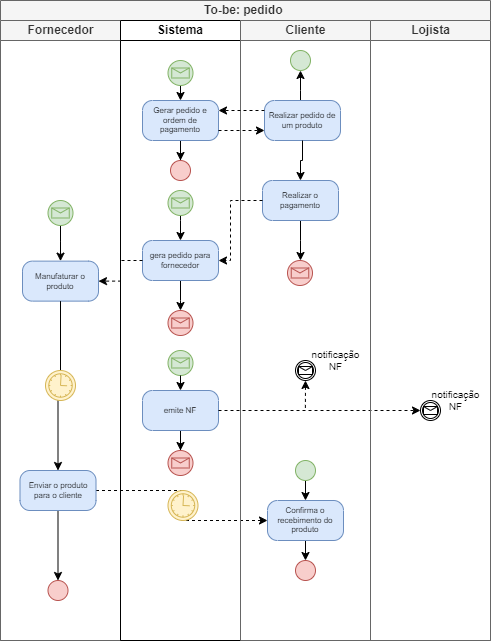
Earlier version of the draw.io export Modelos de Processos As-Is e To-Be/ModeloToBe-pedido.png (WolWolffz/ThuderBass_Stock). Source tidied: cells renumbered, new cells last; positions are measured from the earlier drawing's top-left corner, leaving out a move shared by most shapes. The source it was exported from:
```xml
<mxGraphModel>
  <root>
    <mxCell id="0" />
    <mxCell id="1" parent="0" />
    <mxCell id="2" value="To-be: pedido&amp;nbsp;" style="swimlane;html=1;startSize=20;whiteSpace=wrap;fillColor=#f5f5f5;fontColor=#333333;strokeColor=#666666;" parent="1" vertex="1">
      <mxGeometry width="490" height="640" as="geometry" />
    </mxCell>
    <mxCell id="3" style="edgeStyle=orthogonalEdgeStyle;rounded=0;jettySize=auto;html=1;entryX=0;entryY=0.5;entryDx=0;entryDy=0;entryPerimeter=0;dashed=1;" parent="2" edge="1" source="8" target="38">
      <mxGeometry relative="1" as="geometry" />
    </mxCell>
    <mxCell id="4" value="Fornecedor" style="swimlane;html=1;startSize=20;fillColor=#f5f5f5;fontColor=#333333;strokeColor=#666666;" parent="2" vertex="1">
      <mxGeometry y="20" width="120" height="620" as="geometry" />
    </mxCell>
    <mxCell id="5" style="edgeStyle=orthogonalEdgeStyle;rounded=0;jettySize=auto;html=1;entryX=0.5;entryY=1;entryDx=0;entryDy=0;startArrow=classic;startFill=1;endArrow=none;endFill=0;" parent="4" edge="1" source="6">
      <mxGeometry relative="1" as="geometry">
        <mxPoint x="60" y="200" as="targetPoint" />
      </mxGeometry>
    </mxCell>
    <mxCell id="6" value="Manufaturar o produto" style="points=[[0.25,0,0],[0.5,0,0],[0.75,0,0],[1,0.25,0],[1,0.5,0],[1,0.75,0],[0.75,1,0],[0.5,1,0],[0.25,1,0],[0,0.75,0],[0,0.5,0],[0,0.25,0]];shape=mxgraph.bpmn.task;whiteSpace=wrap;rectStyle=rounded;size=10;html=1;taskMarker=abstract;fillColor=#dae8fc;strokeColor=#6c8ebf;fontSize=8;" parent="4" vertex="1">
      <mxGeometry x="22" y="240.6" width="76" height="40" as="geometry" />
    </mxCell>
    <mxCell id="7" style="edgeStyle=orthogonalEdgeStyle;rounded=0;jettySize=auto;html=1;entryX=0.5;entryY=0;entryDx=0;entryDy=0;" parent="4" edge="1" source="8" target="10">
      <mxGeometry relative="1" as="geometry" />
    </mxCell>
    <mxCell id="8" value="Enviar o produto para o cliente" style="points=[[0.25,0,0],[0.5,0,0],[0.75,0,0],[1,0.25,0],[1,0.5,0],[1,0.75,0],[0.75,1,0],[0.5,1,0],[0.25,1,0],[0,0.75,0],[0,0.5,0],[0,0.25,0]];shape=mxgraph.bpmn.task;whiteSpace=wrap;rectStyle=rounded;size=10;html=1;taskMarker=abstract;fillColor=#dae8fc;strokeColor=#6c8ebf;fontSize=8;" parent="4" vertex="1">
      <mxGeometry x="19.5" y="450" width="76" height="40" as="geometry" />
    </mxCell>
    <mxCell id="9" style="edgeStyle=orthogonalEdgeStyle;rounded=0;jettySize=auto;html=1;entryX=0.5;entryY=0;entryDx=0;entryDy=0;entryPerimeter=0;" parent="4" edge="1" source="6" target="8">
      <mxGeometry relative="1" as="geometry" />
    </mxCell>
    <mxCell id="10" style="ellipse;whiteSpace=wrap;html=1;fillColor=#f8cecc;strokeColor=#b85450;" parent="4" vertex="1">
      <mxGeometry x="47.5" y="560" width="20" height="20" as="geometry" />
    </mxCell>
    <mxCell id="11" style="shape=mxgraph.bpmn.event;html=1;verticalLabelPosition=bottom;labelBackgroundColor=#ffffff;verticalAlign=top;align=center;perimeter=ellipsePerimeter;outline=standard;symbol=message;fillColor=#d5e8d4;strokeColor=#82b366;" parent="4" vertex="1">
      <mxGeometry x="47.5" y="180" width="25" height="25" as="geometry" />
    </mxCell>
    <mxCell id="12" style="shape=mxgraph.bpmn.event;html=1;verticalLabelPosition=bottom;labelBackgroundColor=#ffffff;verticalAlign=top;align=center;perimeter=ellipsePerimeter;outline=standard;symbol=timer;fillColor=#fff2cc;strokeColor=#d6b656;" parent="4" vertex="1">
      <mxGeometry x="45" y="350" width="30" height="30" as="geometry" />
    </mxCell>
    <mxCell id="13" value="Sistema" style="swimlane;startSize=20;whiteSpace=wrap;html=1;" parent="2" vertex="1">
      <mxGeometry x="120" y="20" width="120" height="620" as="geometry" />
    </mxCell>
    <mxCell id="14" style="edgeStyle=orthogonalEdgeStyle;rounded=0;jettySize=auto;html=1;entryX=0.5;entryY=1;entryDx=0;entryDy=0;startArrow=classic;startFill=1;endArrow=none;endFill=0;" parent="13" edge="1" source="16">
      <mxGeometry relative="1" as="geometry">
        <mxPoint x="60" y="60" as="targetPoint" />
      </mxGeometry>
    </mxCell>
    <mxCell id="15" style="edgeStyle=orthogonalEdgeStyle;rounded=0;jettySize=auto;html=1;entryX=0.5;entryY=0;entryDx=0;entryDy=0;" parent="13" edge="1" source="16" target="17">
      <mxGeometry relative="1" as="geometry" />
    </mxCell>
    <mxCell id="16" value="Gerar pedido e ordem de pagamento" style="points=[[0.25,0,0],[0.5,0,0],[0.75,0,0],[1,0.25,0],[1,0.5,0],[1,0.75,0],[0.75,1,0],[0.5,1,0],[0.25,1,0],[0,0.75,0],[0,0.5,0],[0,0.25,0]];shape=mxgraph.bpmn.task;whiteSpace=wrap;rectStyle=rounded;size=10;html=1;taskMarker=abstract;fillColor=#dae8fc;strokeColor=#6c8ebf;fontSize=8;" parent="13" vertex="1">
      <mxGeometry x="22" y="80" width="76" height="40" as="geometry" />
    </mxCell>
    <mxCell id="17" style="ellipse;whiteSpace=wrap;html=1;fillColor=#f8cecc;strokeColor=#b85450;" parent="13" vertex="1">
      <mxGeometry x="50" y="140" width="20" height="20" as="geometry" />
    </mxCell>
    <mxCell id="18" style="edgeStyle=orthogonalEdgeStyle;rounded=0;jettySize=auto;html=1;startArrow=classic;startFill=1;endArrow=none;endFill=0;" parent="13" edge="1" source="20">
      <mxGeometry relative="1" as="geometry">
        <mxPoint x="60" y="190" as="targetPoint" />
      </mxGeometry>
    </mxCell>
    <mxCell id="19" style="edgeStyle=orthogonalEdgeStyle;rounded=0;jettySize=auto;html=1;" parent="13" edge="1" source="20">
      <mxGeometry relative="1" as="geometry">
        <mxPoint x="60" y="290" as="targetPoint" />
      </mxGeometry>
    </mxCell>
    <mxCell id="20" value="gera pedido para fornecedor" style="points=[[0.25,0,0],[0.5,0,0],[0.75,0,0],[1,0.25,0],[1,0.5,0],[1,0.75,0],[0.75,1,0],[0.5,1,0],[0.25,1,0],[0,0.75,0],[0,0.5,0],[0,0.25,0]];shape=mxgraph.bpmn.task;whiteSpace=wrap;rectStyle=rounded;size=10;html=1;taskMarker=abstract;fillColor=#dae8fc;strokeColor=#6c8ebf;fontSize=8;" parent="13" vertex="1">
      <mxGeometry x="22" y="220" width="76" height="40" as="geometry" />
    </mxCell>
    <mxCell id="21" style="edgeStyle=orthogonalEdgeStyle;rounded=0;jettySize=auto;html=1;entryX=0.5;entryY=0;entryDx=0;entryDy=0;entryPerimeter=0;" parent="13" edge="1" source="22" target="25">
      <mxGeometry relative="1" as="geometry" />
    </mxCell>
    <mxCell id="22" value="emite NF" style="points=[[0.25,0,0],[0.5,0,0],[0.75,0,0],[1,0.25,0],[1,0.5,0],[1,0.75,0],[0.75,1,0],[0.5,1,0],[0.25,1,0],[0,0.75,0],[0,0.5,0],[0,0.25,0]];shape=mxgraph.bpmn.task;whiteSpace=wrap;rectStyle=rounded;size=10;html=1;taskMarker=abstract;fillColor=#dae8fc;strokeColor=#6c8ebf;fontSize=8;" parent="13" vertex="1">
      <mxGeometry x="22" y="370" width="76" height="40" as="geometry" />
    </mxCell>
    <mxCell id="23" style="shape=mxgraph.bpmn.event;html=1;verticalLabelPosition=bottom;labelBackgroundColor=#ffffff;verticalAlign=top;align=center;perimeter=ellipsePerimeter;outline=standard;symbol=message;fillColor=#d5e8d4;strokeColor=#82b366;" parent="13" vertex="1">
      <mxGeometry x="47.5" y="40" width="25" height="25" as="geometry" />
    </mxCell>
    <mxCell id="24" style="shape=mxgraph.bpmn.event;html=1;verticalLabelPosition=bottom;labelBackgroundColor=#ffffff;verticalAlign=top;align=center;perimeter=ellipsePerimeter;outline=standard;symbol=message;fillColor=#d5e8d4;strokeColor=#82b366;" parent="13" vertex="1">
      <mxGeometry x="47.5" y="170" width="25" height="25" as="geometry" />
    </mxCell>
    <mxCell id="25" style="points=[[0.145,0.145,0],[0.5,0,0],[0.855,0.145,0],[1,0.5,0],[0.855,0.855,0],[0.5,1,0],[0.145,0.855,0],[0,0.5,0]];shape=mxgraph.bpmn.event;html=1;verticalLabelPosition=bottom;labelBackgroundColor=#ffffff;verticalAlign=top;align=center;perimeter=ellipsePerimeter;outlineConnect=0;outline=standard;symbol=message;fillColor=#f8cecc;strokeColor=#b85450;" parent="13" vertex="1">
      <mxGeometry x="47.5" y="430" width="25" height="25" as="geometry" />
    </mxCell>
    <mxCell id="26" style="points=[[0.145,0.145,0],[0.5,0,0],[0.855,0.145,0],[1,0.5,0],[0.855,0.855,0],[0.5,1,0],[0.145,0.855,0],[0,0.5,0]];shape=mxgraph.bpmn.event;html=1;verticalLabelPosition=bottom;labelBackgroundColor=#ffffff;verticalAlign=top;align=center;perimeter=ellipsePerimeter;outlineConnect=0;outline=standard;symbol=message;fillColor=#d5e8d4;strokeColor=#82b366;" parent="13" vertex="1">
      <mxGeometry x="47.5" y="330" width="25" height="25" as="geometry" />
    </mxCell>
    <mxCell id="27" style="edgeStyle=orthogonalEdgeStyle;rounded=0;jettySize=auto;html=1;exitX=0.5;exitY=1;exitDx=0;exitDy=0;exitPerimeter=0;entryX=0.5;entryY=0;entryDx=0;entryDy=0;entryPerimeter=0;" parent="13" edge="1" source="26" target="22">
      <mxGeometry relative="1" as="geometry" />
    </mxCell>
    <mxCell id="28" style="shape=mxgraph.bpmn.event;html=1;verticalLabelPosition=bottom;labelBackgroundColor=#ffffff;verticalAlign=top;align=center;perimeter=ellipsePerimeter;outline=standard;symbol=message;fillColor=#f8cecc;strokeColor=#b85450;" parent="13" vertex="1">
      <mxGeometry x="47.5" y="290" width="25" height="25" as="geometry" />
    </mxCell>
    <mxCell id="29" style="shape=mxgraph.bpmn.event;html=1;verticalLabelPosition=bottom;labelBackgroundColor=#ffffff;verticalAlign=top;align=center;perimeter=ellipsePerimeter;outline=standard;symbol=timer;fillColor=#fff2cc;strokeColor=#d6b656;" parent="13" vertex="1">
      <mxGeometry x="47.5" y="470" width="30" height="30" as="geometry" />
    </mxCell>
    <mxCell id="30" value="Cliente" style="swimlane;html=1;startSize=20;fillColor=#f5f5f5;fontColor=#333333;strokeColor=#666666;" parent="2" vertex="1">
      <mxGeometry x="240" y="20" width="130" height="620" as="geometry" />
    </mxCell>
    <mxCell id="31" style="edgeStyle=orthogonalEdgeStyle;rounded=0;jettySize=auto;html=1;startArrow=classic;startFill=1;endArrow=none;endFill=0;" parent="30" edge="1" source="32">
      <mxGeometry relative="1" as="geometry">
        <mxPoint x="60" y="80" as="targetPoint" />
      </mxGeometry>
    </mxCell>
    <mxCell id="32" style="ellipse;whiteSpace=wrap;html=1;fillColor=#d5e8d4;strokeColor=#82b366;" parent="30" vertex="1">
      <mxGeometry x="50" y="30" width="20" height="20" as="geometry" />
    </mxCell>
    <mxCell id="33" value="Realizar pedido de um produto" style="points=[[0.25,0,0],[0.5,0,0],[0.75,0,0],[1,0.25,0],[1,0.5,0],[1,0.75,0],[0.75,1,0],[0.5,1,0],[0.25,1,0],[0,0.75,0],[0,0.5,0],[0,0.25,0]];shape=mxgraph.bpmn.task;whiteSpace=wrap;rectStyle=rounded;size=10;html=1;taskMarker=abstract;fillColor=#dae8fc;strokeColor=#6c8ebf;fontSize=8;" parent="30" vertex="1">
      <mxGeometry x="24" y="80" width="76" height="40" as="geometry" />
    </mxCell>
    <mxCell id="34" style="edgeStyle=orthogonalEdgeStyle;rounded=0;jettySize=auto;html=1;" parent="30" edge="1" source="35">
      <mxGeometry relative="1" as="geometry">
        <mxPoint x="60" y="240" as="targetPoint" />
      </mxGeometry>
    </mxCell>
    <mxCell id="35" value="Realizar o pagamento" style="points=[[0.25,0,0],[0.5,0,0],[0.75,0,0],[1,0.25,0],[1,0.5,0],[1,0.75,0],[0.75,1,0],[0.5,1,0],[0.25,1,0],[0,0.75,0],[0,0.5,0],[0,0.25,0]];shape=mxgraph.bpmn.task;whiteSpace=wrap;rectStyle=rounded;size=10;html=1;taskMarker=abstract;fillColor=#dae8fc;strokeColor=#6c8ebf;fontSize=8;" parent="30" vertex="1">
      <mxGeometry x="22" y="160" width="76" height="40" as="geometry" />
    </mxCell>
    <mxCell id="36" style="edgeStyle=orthogonalEdgeStyle;rounded=0;jettySize=auto;html=1;exitX=0.5;exitY=0;exitDx=0;exitDy=0;exitPerimeter=0;entryX=0.5;entryY=1;entryDx=0;entryDy=0;startArrow=classic;startFill=1;endArrow=none;endFill=0;" parent="30" edge="1" source="38" target="42">
      <mxGeometry relative="1" as="geometry" />
    </mxCell>
    <mxCell id="37" style="edgeStyle=orthogonalEdgeStyle;rounded=0;jettySize=auto;html=1;exitX=0.5;exitY=1;exitDx=0;exitDy=0;exitPerimeter=0;entryX=0.5;entryY=0;entryDx=0;entryDy=0;" parent="30" edge="1" source="38" target="43">
      <mxGeometry relative="1" as="geometry" />
    </mxCell>
    <mxCell id="38" value="Confirma o recebimento do produto" style="points=[[0.25,0,0],[0.5,0,0],[0.75,0,0],[1,0.25,0],[1,0.5,0],[1,0.75,0],[0.75,1,0],[0.5,1,0],[0.25,1,0],[0,0.75,0],[0,0.5,0],[0,0.25,0]];shape=mxgraph.bpmn.task;whiteSpace=wrap;rectStyle=rounded;size=10;html=1;taskMarker=abstract;fillColor=#dae8fc;strokeColor=#6c8ebf;fontSize=8;" parent="30" vertex="1">
      <mxGeometry x="27" y="480" width="76" height="40" as="geometry" />
    </mxCell>
    <mxCell id="39" style="edgeStyle=orthogonalEdgeStyle;rounded=0;jettySize=auto;html=1;entryX=0.5;entryY=0;entryDx=0;entryDy=0;entryPerimeter=0;" parent="30" edge="1" source="33" target="35">
      <mxGeometry relative="1" as="geometry" />
    </mxCell>
    <mxCell id="40" style="edgeStyle=orthogonalEdgeStyle;rounded=0;jettySize=auto;html=1;exitX=0.5;exitY=1;exitDx=0;exitDy=0;exitPerimeter=0;dashed=1;startArrow=classic;startFill=1;endArrow=none;endFill=0;" parent="30" edge="1" source="41">
      <mxGeometry relative="1" as="geometry">
        <mxPoint x="64.9" y="390" as="targetPoint" />
      </mxGeometry>
    </mxCell>
    <mxCell id="41" style="points=[[0.145,0.145,0],[0.5,0,0],[0.855,0.145,0],[1,0.5,0],[0.855,0.855,0],[0.5,1,0],[0.145,0.855,0],[0,0.5,0]];shape=mxgraph.bpmn.event;html=1;verticalLabelPosition=bottom;labelBackgroundColor=#ffffff;verticalAlign=top;align=center;perimeter=ellipsePerimeter;outlineConnect=0;outline=catching;symbol=message;" parent="30" vertex="1">
      <mxGeometry x="55" y="340" width="20" height="20" as="geometry" />
    </mxCell>
    <mxCell id="42" style="ellipse;whiteSpace=wrap;html=1;fillColor=#d5e8d4;strokeColor=#82b366;" parent="30" vertex="1">
      <mxGeometry x="55" y="440" width="20" height="20" as="geometry" />
    </mxCell>
    <mxCell id="43" style="ellipse;whiteSpace=wrap;html=1;fillColor=#f8cecc;strokeColor=#b85450;" parent="30" vertex="1">
      <mxGeometry x="55" y="540" width="20" height="20" as="geometry" />
    </mxCell>
    <mxCell id="44" value="notificação&lt;br style=&quot;font-size: 10px;&quot;&gt;NF" style="text;html=1;align=center;verticalAlign=middle;strokeColor=none;fillColor=none;fontSize=10;" parent="30" vertex="1">
      <mxGeometry x="60" y="320" width="70" height="40" as="geometry" />
    </mxCell>
    <mxCell id="45" style="points=[[0.145,0.145,0],[0.5,0,0],[0.855,0.145,0],[1,0.5,0],[0.855,0.855,0],[0.5,1,0],[0.145,0.855,0],[0,0.5,0]];shape=mxgraph.bpmn.event;html=1;verticalLabelPosition=bottom;labelBackgroundColor=#ffffff;verticalAlign=top;align=center;perimeter=ellipsePerimeter;outlineConnect=0;outline=standard;symbol=message;fillColor=#f8cecc;strokeColor=#b85450;" parent="30" vertex="1">
      <mxGeometry x="47" y="240" width="25" height="25" as="geometry" />
    </mxCell>
    <mxCell id="46" style="edgeStyle=orthogonalEdgeStyle;rounded=0;jettySize=auto;html=1;dashed=1;exitX=1;exitY=0.5;exitDx=0;exitDy=0;exitPerimeter=0;" parent="30" edge="1" source="22">
      <mxGeometry relative="1" as="geometry">
        <mxPoint x="180" y="390" as="targetPoint" />
        <Array as="points">
          <mxPoint x="180" y="390" />
        </Array>
      </mxGeometry>
    </mxCell>
    <mxCell id="47" style="edgeStyle=orthogonalEdgeStyle;rounded=0;jettySize=auto;html=1;entryX=1;entryY=0.5;entryDx=0;entryDy=0;entryPerimeter=0;dashed=1;" parent="2" edge="1" source="35" target="20">
      <mxGeometry relative="1" as="geometry">
        <Array as="points">
          <mxPoint x="230" y="200" />
          <mxPoint x="230" y="260" />
        </Array>
      </mxGeometry>
    </mxCell>
    <mxCell id="48" style="edgeStyle=orthogonalEdgeStyle;rounded=0;jettySize=auto;html=1;entryX=1;entryY=0.5;entryDx=0;entryDy=0;entryPerimeter=0;dashed=1;" parent="2" edge="1" source="20" target="6">
      <mxGeometry relative="1" as="geometry" />
    </mxCell>
    <mxCell id="49" style="edgeStyle=orthogonalEdgeStyle;rounded=0;jettySize=auto;html=1;exitX=0;exitY=0.25;exitDx=0;exitDy=0;exitPerimeter=0;entryX=1;entryY=0.25;entryDx=0;entryDy=0;entryPerimeter=0;dashed=1;" parent="2" edge="1" source="33" target="16">
      <mxGeometry relative="1" as="geometry" />
    </mxCell>
    <mxCell id="50" style="edgeStyle=orthogonalEdgeStyle;rounded=0;jettySize=auto;html=1;exitX=1;exitY=0.75;exitDx=0;exitDy=0;exitPerimeter=0;entryX=0;entryY=0.75;entryDx=0;entryDy=0;entryPerimeter=0;dashed=1;" parent="2" edge="1" source="16" target="33">
      <mxGeometry relative="1" as="geometry" />
    </mxCell>
    <mxCell id="51" value="Lojista" style="swimlane;html=1;startSize=20;fillColor=#f5f5f5;fontColor=#333333;strokeColor=#666666;" parent="2" vertex="1">
      <mxGeometry x="370" y="20" width="120" height="620" as="geometry" />
    </mxCell>
    <mxCell id="52" style="shape=mxgraph.bpmn.event;html=1;verticalLabelPosition=bottom;labelBackgroundColor=#ffffff;verticalAlign=top;align=center;perimeter=ellipsePerimeter;outline=catching;symbol=message;" parent="51" vertex="1">
      <mxGeometry x="50" y="380" width="20" height="20" as="geometry" />
    </mxCell>
    <mxCell id="53" value="notificação&lt;br style=&quot;font-size: 10px;&quot;&gt;NF" style="text;html=1;align=center;verticalAlign=middle;strokeColor=none;fillColor=none;fontSize=10;" parent="51" vertex="1">
      <mxGeometry x="50" y="360" width="70" height="40" as="geometry" />
    </mxCell>
  </root>
</mxGraphModel>
```
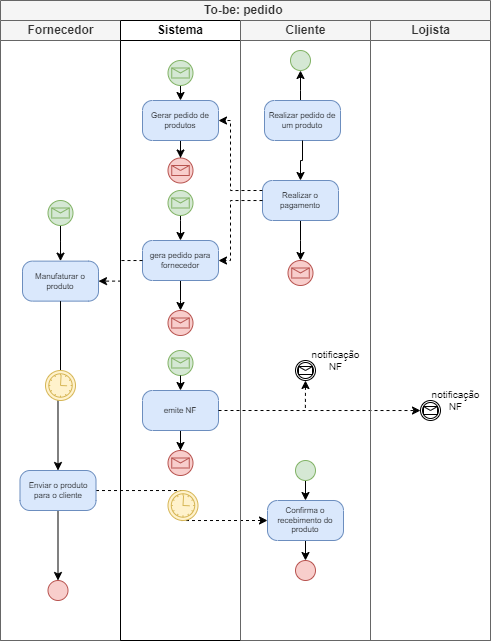
The same diagram one commit later.

The edit, as a diff of the source:
```diff
@@ -45,15 +45,12 @@
         <mxPoint x="60" y="60" as="targetPoint" />
       </mxGeometry>
     </mxCell>
-    <mxCell id="15" style="edgeStyle=orthogonalEdgeStyle;rounded=0;jettySize=auto;html=1;entryX=0.5;entryY=0;entryDx=0;entryDy=0;" parent="13" edge="1" source="16" target="17">
+    <mxCell id="15" style="edgeStyle=orthogonalEdgeStyle;rounded=0;jettySize=auto;html=1;entryX=0.5;entryY=0;entryDx=0;entryDy=0;entryPerimeter=0;" parent="13" edge="1" source="16" target="45">
       <mxGeometry relative="1" as="geometry" />
     </mxCell>
-    <mxCell id="16" value="Gerar pedido e ordem de pagamento" style="points=[[0.25,0,0],[0.5,0,0],[0.75,0,0],[1,0.25,0],[1,0.5,0],[1,0.75,0],[0.75,1,0],[0.5,1,0],[0.25,1,0],[0,0.75,0],[0,0.5,0],[0,0.25,0]];shape=mxgraph.bpmn.task;whiteSpace=wrap;rectStyle=rounded;size=10;html=1;taskMarker=abstract;fillColor=#dae8fc;strokeColor=#6c8ebf;fontSize=8;" parent="13" vertex="1">
+    <mxCell id="16" value="Gerar pedido de produtos" style="points=[[0.25,0,0],[0.5,0,0],[0.75,0,0],[1,0.25,0],[1,0.5,0],[1,0.75,0],[0.75,1,0],[0.5,1,0],[0.25,1,0],[0,0.75,0],[0,0.5,0],[0,0.25,0]];shape=mxgraph.bpmn.task;whiteSpace=wrap;rectStyle=rounded;size=10;html=1;taskMarker=abstract;fillColor=#dae8fc;strokeColor=#6c8ebf;fontSize=8;" parent="13" vertex="1">
       <mxGeometry x="22" y="80" width="76" height="40" as="geometry" />
     </mxCell>
-    <mxCell id="17" style="ellipse;whiteSpace=wrap;html=1;fillColor=#f8cecc;strokeColor=#b85450;" parent="13" vertex="1">
-      <mxGeometry x="50" y="140" width="20" height="20" as="geometry" />
-    </mxCell>
     <mxCell id="18" style="edgeStyle=orthogonalEdgeStyle;rounded=0;jettySize=auto;html=1;startArrow=classic;startFill=1;endArrow=none;endFill=0;" parent="13" edge="1" source="20">
       <mxGeometry relative="1" as="geometry">
         <mxPoint x="60" y="190" as="targetPoint" />
@@ -94,6 +91,9 @@
     <mxCell id="29" style="shape=mxgraph.bpmn.event;html=1;verticalLabelPosition=bottom;labelBackgroundColor=#ffffff;verticalAlign=top;align=center;perimeter=ellipsePerimeter;outline=standard;symbol=timer;fillColor=#fff2cc;strokeColor=#d6b656;" parent="13" vertex="1">
       <mxGeometry x="47.5" y="470" width="30" height="30" as="geometry" />
     </mxCell>
+    <mxCell id="45" style="points=[[0.145,0.145,0],[0.5,0,0],[0.855,0.145,0],[1,0.5,0],[0.855,0.855,0],[0.5,1,0],[0.145,0.855,0],[0,0.5,0]];shape=mxgraph.bpmn.event;html=1;verticalLabelPosition=bottom;labelBackgroundColor=#ffffff;verticalAlign=top;align=center;perimeter=ellipsePerimeter;outlineConnect=0;outline=standard;symbol=message;fillColor=#f8cecc;strokeColor=#b85450;" parent="13" vertex="1">
+      <mxGeometry x="47.5" y="137.5" width="25" height="25" as="geometry" />
+    </mxCell>
     <mxCell id="30" value="Cliente" style="swimlane;html=1;startSize=20;fillColor=#f5f5f5;fontColor=#333333;strokeColor=#666666;" parent="2" vertex="1">
       <mxGeometry x="240" y="20" width="130" height="620" as="geometry" />
     </mxCell>
@@ -145,9 +145,6 @@
     <mxCell id="44" value="notificação&lt;br style=&quot;font-size: 10px;&quot;&gt;NF" style="text;html=1;align=center;verticalAlign=middle;strokeColor=none;fillColor=none;fontSize=10;" parent="30" vertex="1">
       <mxGeometry x="60" y="320" width="70" height="40" as="geometry" />
     </mxCell>
-    <mxCell id="45" style="points=[[0.145,0.145,0],[0.5,0,0],[0.855,0.145,0],[1,0.5,0],[0.855,0.855,0],[0.5,1,0],[0.145,0.855,0],[0,0.5,0]];shape=mxgraph.bpmn.event;html=1;verticalLabelPosition=bottom;labelBackgroundColor=#ffffff;verticalAlign=top;align=center;perimeter=ellipsePerimeter;outlineConnect=0;outline=standard;symbol=message;fillColor=#f8cecc;strokeColor=#b85450;" parent="30" vertex="1">
-      <mxGeometry x="47" y="240" width="25" height="25" as="geometry" />
-    </mxCell>
     <mxCell id="46" style="edgeStyle=orthogonalEdgeStyle;rounded=0;jettySize=auto;html=1;dashed=1;exitX=1;exitY=0.5;exitDx=0;exitDy=0;exitPerimeter=0;" parent="30" edge="1" source="22">
       <mxGeometry relative="1" as="geometry">
         <mxPoint x="180" y="390" as="targetPoint" />
@@ -156,6 +153,9 @@
         </Array>
       </mxGeometry>
     </mxCell>
+    <mxCell id="54" style="shape=mxgraph.bpmn.event;html=1;verticalLabelPosition=bottom;labelBackgroundColor=#ffffff;verticalAlign=top;align=center;perimeter=ellipsePerimeter;outline=standard;symbol=message;fillColor=#f8cecc;strokeColor=#b85450;" parent="30" vertex="1">
+      <mxGeometry x="47.5" y="240" width="25" height="25" as="geometry" />
+    </mxCell>
     <mxCell id="47" style="edgeStyle=orthogonalEdgeStyle;rounded=0;jettySize=auto;html=1;entryX=1;entryY=0.5;entryDx=0;entryDy=0;entryPerimeter=0;dashed=1;" parent="2" edge="1" source="35" target="20">
       <mxGeometry relative="1" as="geometry">
         <Array as="points">
@@ -167,12 +167,6 @@
     <mxCell id="48" style="edgeStyle=orthogonalEdgeStyle;rounded=0;jettySize=auto;html=1;entryX=1;entryY=0.5;entryDx=0;entryDy=0;entryPerimeter=0;dashed=1;" parent="2" edge="1" source="20" target="6">
       <mxGeometry relative="1" as="geometry" />
     </mxCell>
-    <mxCell id="49" style="edgeStyle=orthogonalEdgeStyle;rounded=0;jettySize=auto;html=1;exitX=0;exitY=0.25;exitDx=0;exitDy=0;exitPerimeter=0;entryX=1;entryY=0.25;entryDx=0;entryDy=0;entryPerimeter=0;dashed=1;" parent="2" edge="1" source="33" target="16">
-      <mxGeometry relative="1" as="geometry" />
-    </mxCell>
-    <mxCell id="50" style="edgeStyle=orthogonalEdgeStyle;rounded=0;jettySize=auto;html=1;exitX=1;exitY=0.75;exitDx=0;exitDy=0;exitPerimeter=0;entryX=0;entryY=0.75;entryDx=0;entryDy=0;entryPerimeter=0;dashed=1;" parent="2" edge="1" source="16" target="33">
-      <mxGeometry relative="1" as="geometry" />
-    </mxCell>
     <mxCell id="51" value="Lojista" style="swimlane;html=1;startSize=20;fillColor=#f5f5f5;fontColor=#333333;strokeColor=#666666;" parent="2" vertex="1">
       <mxGeometry x="370" y="20" width="120" height="620" as="geometry" />
     </mxCell>
@@ -182,5 +176,13 @@
     <mxCell id="53" value="notificação&lt;br style=&quot;font-size: 10px;&quot;&gt;NF" style="text;html=1;align=center;verticalAlign=middle;strokeColor=none;fillColor=none;fontSize=10;" parent="51" vertex="1">
       <mxGeometry x="50" y="360" width="70" height="40" as="geometry" />
     </mxCell>
+    <mxCell id="55" style="edgeStyle=orthogonalEdgeStyle;rounded=0;jettySize=auto;html=1;exitX=0;exitY=0.25;exitDx=0;exitDy=0;exitPerimeter=0;entryX=1;entryY=0.5;entryDx=0;entryDy=0;entryPerimeter=0;dashed=1;" parent="2" edge="1" source="35" target="16">
+      <mxGeometry relative="1" as="geometry">
+        <Array as="points">
+          <mxPoint x="230" y="190" />
+          <mxPoint x="230" y="120" />
+        </Array>
+      </mxGeometry>
+    </mxCell>
   </root>
 </mxGraphModel>
```
